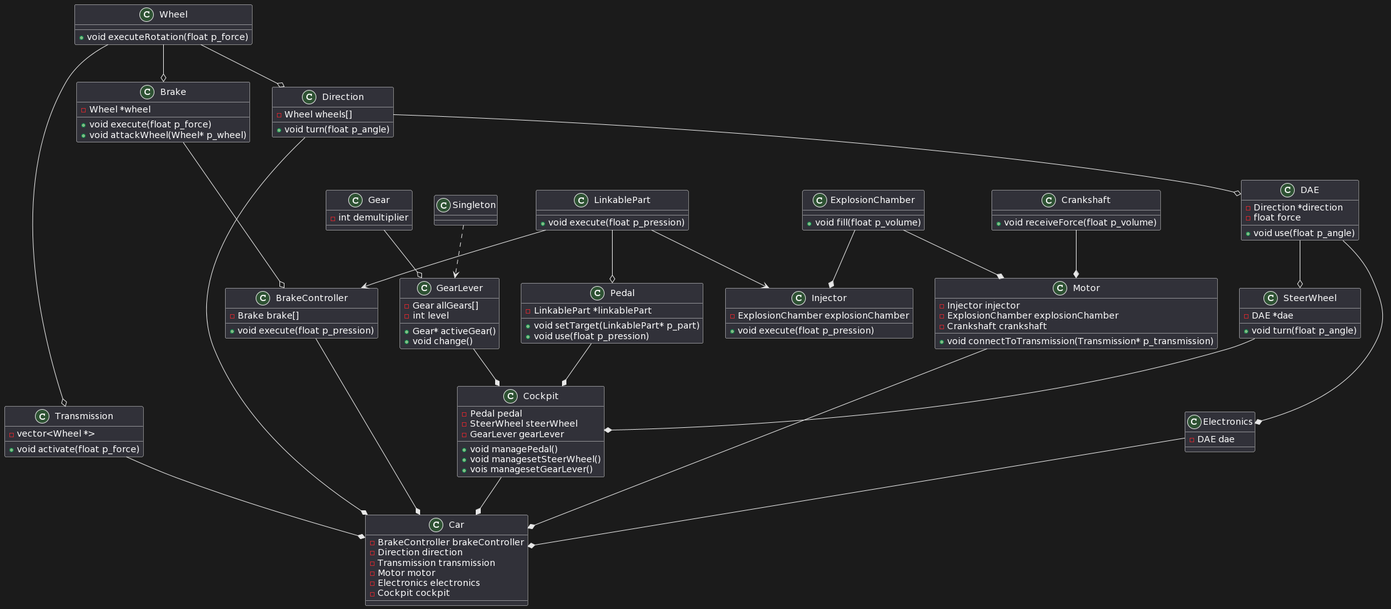
This is 02-UML/ex00/subject.png from bsavinel/42-Object_Modules, a PlantUML export, as it was before one commit.
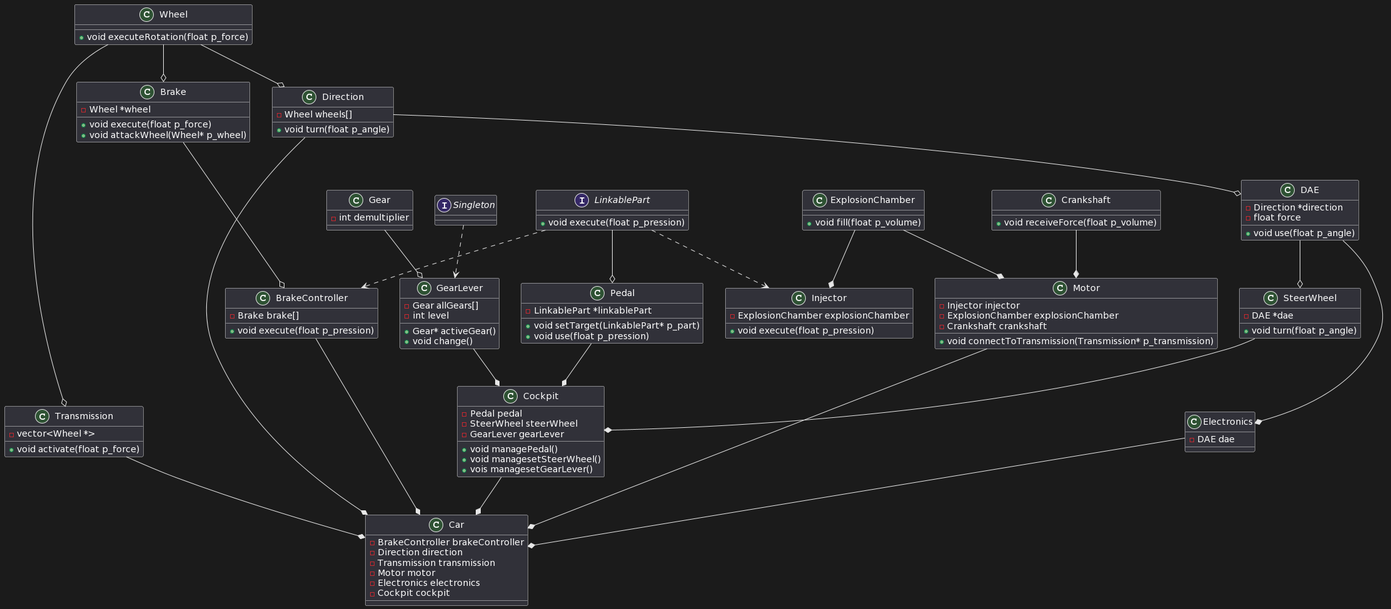
The same diagram one commit later.

Commit message:
FIX: change clas interface with good type

Diff of the diagram source:
```diff
@@ -1,5 +1,5 @@
 @startuml
-class LinkablePart
+interface LinkablePart
 {
 + void execute(float p_pression)
 }
@@ -14,7 +14,7 @@
 - int demultiplier
 }
 
-class Singleton
+interface Singleton
 {
 }
 
@@ -57,7 +57,7 @@
 
 ExplosionChamber --* Injector
 
-LinkablePart --> Injector
+LinkablePart ..> Injector
 
 class Motor
 {
@@ -121,7 +121,7 @@
 
 Brake --o BrakeController
 
-LinkablePart --> BrakeController
+LinkablePart ..> BrakeController
 
 class Cockpit
 {
```
